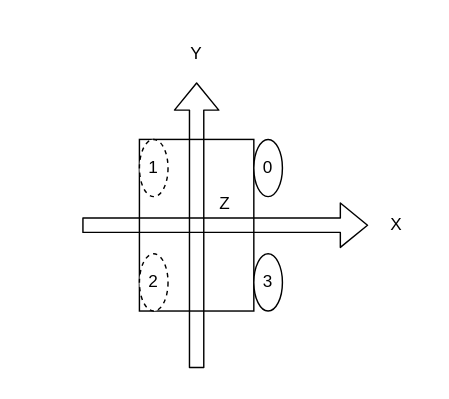
Before: Doc/orientation.drawio in RM-camp-for-high-school-students/Shenzhen_innoX_2024wc_FishChassis, a draw.io diagram. Source tidied: cells renumbered, new cells numbered last; positions are measured from the earlier drawing's top-left corner, leaving out a move shared by most shapes. Both pictures are drawn from the tidied source at 143%, with x=0, y=0 at pixel (24, 24).
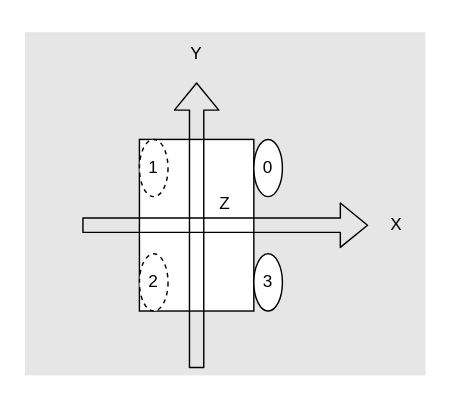
After the change.

The edit, as a diff of the source:
```diff
@@
 <mxGraphModel>
   <root>
     <mxCell id="0" />
     <mxCell id="1" parent="0" />
-    <mxCell id="2" style="rounded=0;whiteSpace=wrap;html=1;fillColor=#FFFFFF;strokeColor=none;" parent="1" vertex="1">
+    <mxCell id="2" style="rounded=0;whiteSpace=wrap;html=1;fillColor=#E6E6E6;strokeColor=none;" parent="1" vertex="1">
       <mxGeometry y="5" width="280" height="240" as="geometry" />
     </mxCell>
     <mxCell id="3" style="rounded=0;whiteSpace=wrap;html=1;" parent="1" vertex="1">
       <mxGeometry x="80" y="80" width="80" height="120" as="geometry" />
     </mxCell>
     <mxCell id="4" style="shape=flexArrow;endArrow=classic;html=1;" parent="1" edge="1">
       <mxGeometry relative="1" as="geometry">
         <mxPoint x="40" y="140" as="sourcePoint" />
         <mxPoint x="240" y="140" as="targetPoint" />
       </mxGeometry>
     </mxCell>
     <mxCell id="5" style="shape=flexArrow;endArrow=classic;html=1;" parent="1" edge="1">
       <mxGeometry relative="1" as="geometry">
         <mxPoint x="120" y="240" as="sourcePoint" />
         <mxPoint x="120" y="40" as="targetPoint" />
       </mxGeometry>
     </mxCell>
     <mxCell id="6" value="X" style="text;html=1;strokeColor=none;fillColor=none;align=center;verticalAlign=middle;whiteSpace=wrap;rounded=0;" parent="1" vertex="1">
       <mxGeometry x="240" y="120" width="40" height="40" as="geometry" />
     </mxCell>
     <mxCell id="7" value="Y" style="text;html=1;strokeColor=none;fillColor=none;align=center;verticalAlign=middle;whiteSpace=wrap;rounded=0;" parent="1" vertex="1">
       <mxGeometry x="100" width="40" height="40" as="geometry" />
     </mxCell>
     <mxCell id="8" value="Z" style="text;html=1;strokeColor=none;fillColor=none;align=center;verticalAlign=middle;whiteSpace=wrap;rounded=0;" parent="1" vertex="1">
       <mxGeometry x="110" y="110" width="60" height="30" as="geometry" />
     </mxCell>
     <mxCell id="9" value="0" style="ellipse;whiteSpace=wrap;html=1;" parent="1" vertex="1">
       <mxGeometry x="160" y="80" width="20" height="40" as="geometry" />
     </mxCell>
     <mxCell id="10" value="1" style="ellipse;whiteSpace=wrap;html=1;dashed=1;" parent="1" vertex="1">
       <mxGeometry x="80" y="80" width="20" height="40" as="geometry" />
     </mxCell>
     <mxCell id="11" value="3" style="ellipse;whiteSpace=wrap;html=1;" parent="1" vertex="1">
       <mxGeometry x="160" y="160" width="20" height="40" as="geometry" />
     </mxCell>
     <mxCell id="12" value="2" style="ellipse;whiteSpace=wrap;html=1;dashed=1;" parent="1" vertex="1">
       <mxGeometry x="80" y="160" width="20" height="40" as="geometry" />
     </mxCell>
   </root>
 </mxGraphModel>
```
